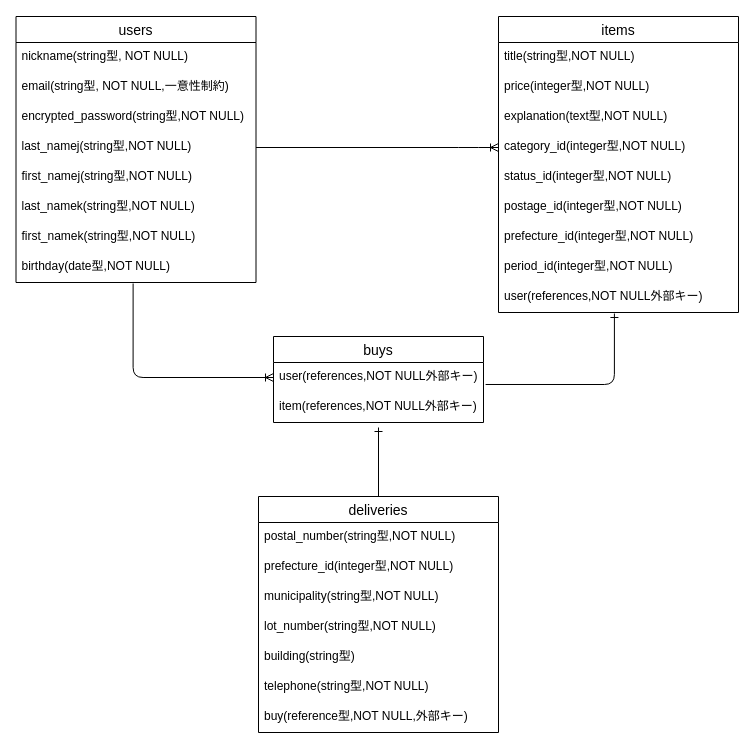
Above: er.dio in okazuo/furima-36906 (draw.io), before the change. Source tidied: cells renumbered, new cells numbered last; positions are measured from the earlier drawing's top-left corner, leaving out a move shared by most shapes. Both pictures are drawn from the tidied source at 100%, with x=0, y=0 at pixel (16, 16).
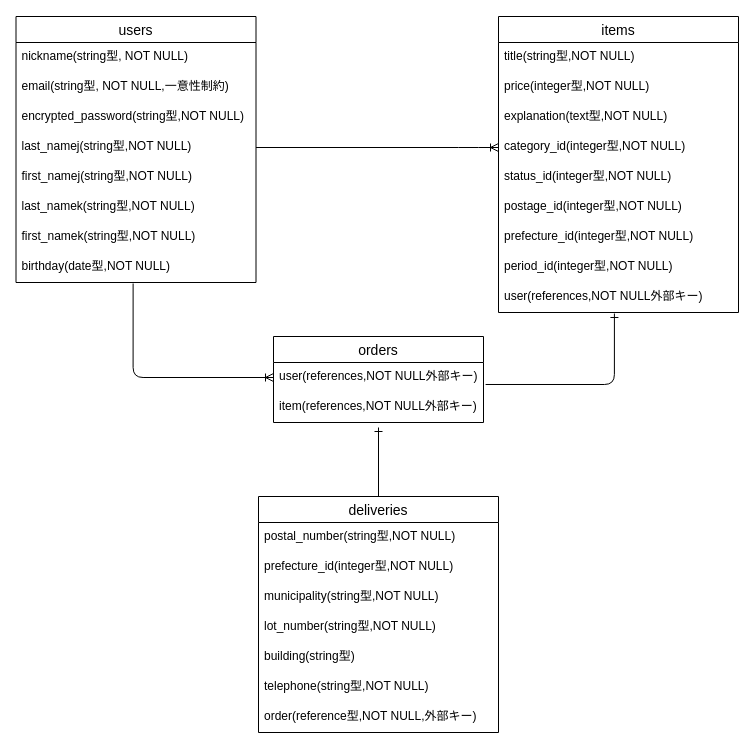
After the change.

Unchanged cells that the change refers to:
```xml
<mxCell id="24" value="deliveries" style="swimlane;fontStyle=0;horizontal=1;startSize=26;align=center;fontSize=14;" parent="1" vertex="1">
  <mxGeometry x="242" y="480" width="240" height="236" as="geometry" />
</mxCell>
```

The edit, as a diff of the source:
```diff
@@
-    <mxCell id="21" value="buys" style="swimlane;fontStyle=0;horizontal=1;startSize=26;align=center;fontSize=14;" parent="1" vertex="1">
+    <mxCell id="21" value="orders" style="swimlane;fontStyle=0;horizontal=1;startSize=26;align=center;fontSize=14;" parent="1" vertex="1">
       <mxGeometry x="257" y="320" width="210" height="86" as="geometry" />
     </mxCell>
@@
-    <mxCell id="31" value="buy(reference型,NOT NULL,外部キー)" style="text;strokeColor=none;fillColor=none;spacingLeft=4;spacingRight=4;overflow=hidden;fontSize=12;" parent="24" vertex="1">
+    <mxCell id="31" value="order(reference型,NOT NULL,外部キー)" style="text;strokeColor=none;fillColor=none;spacingLeft=4;spacingRight=4;overflow=hidden;fontSize=12;" parent="24" vertex="1">
       <mxGeometry y="206" width="240" height="30" as="geometry" />
     </mxCell>
```
